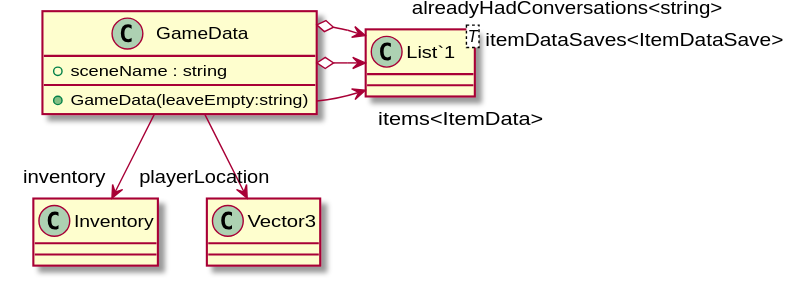
This is UML/SaveAndLoad/Data/GameData.svg from robinsuurs/Mallow_Mysterie, a PlantUML export, as it was before one commit.
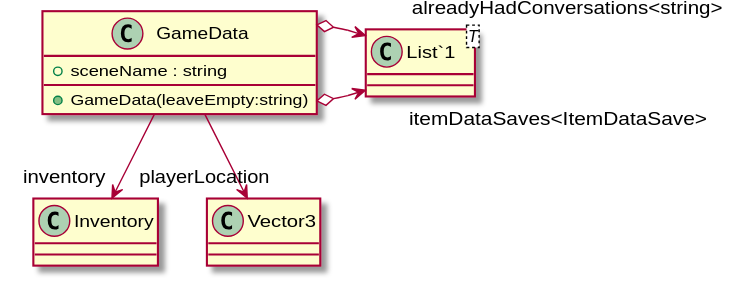
After the change.

The edit, as a diff of the source:
```diff
@@ -5,7 +5,6 @@
 }
 class "List`1"<T> {
 }
-GameData --> "items<ItemData>" "List`1"
 GameData o-> "itemDataSaves<ItemDataSave>" "List`1"
 GameData o-> "alreadyHadConversations<string>" "List`1"
 GameData --> "inventory" Inventory
```
